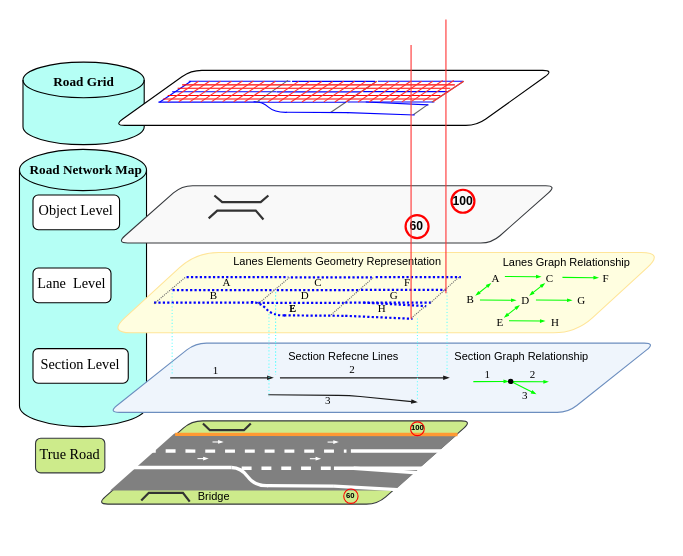
Earlier version of the draw.io diagram road_map.drawio (LimingGao/draw_io). Source tidied: cells renumbered, new cells numbered last; positions are measured from the earlier drawing's top-left corner, leaving out a move shared by most shapes. Both pictures are drawn from the tidied source at 110%, with x=0, y=0 at pixel (19, 19).
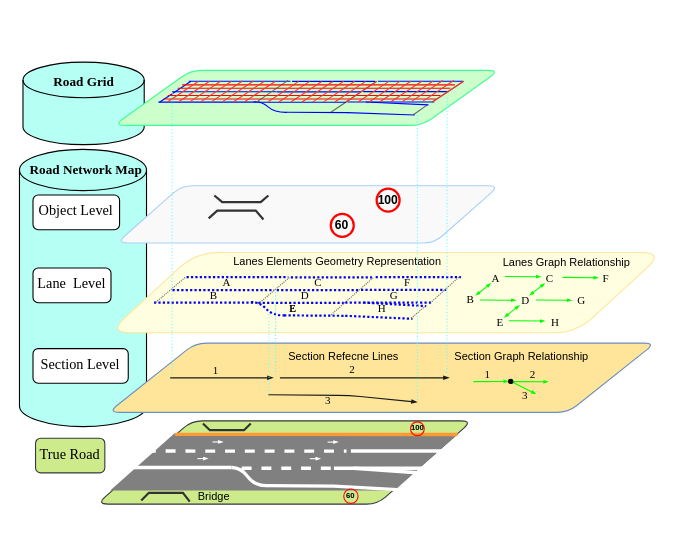
The same page after the edit.

What changed in the source:
```diff
@@
-    <mxCell id="4" style="shape=parallelogram;perimeter=parallelogramPerimeter;whiteSpace=wrap;fixedSize=1;fontFamily=Times New Roman;size=59.093999999999994;labelBorderColor=none;strokeColor=#36393d;rounded=1;fillColor=#F9F9F9;" parent="1" vertex="1">
-      <mxGeometry x="88.6" y="151.3" width="400" height="52.1" as="geometry" />
+    <mxCell id="4" style="shape=parallelogram;perimeter=parallelogramPerimeter;whiteSpace=wrap;fixedSize=1;fontFamily=Times New Roman;size=59.093999999999994;labelBorderColor=none;rounded=1;fillColor=#F9F9F9;strokeColor=#A9D1F9;" parent="1" vertex="1">
+      <mxGeometry x="88.6" y="151.3" width="347.8" height="52.1" as="geometry" />
     </mxCell>
@@
-    <mxCell id="8" style="shape=parallelogram;perimeter=parallelogramPerimeter;whiteSpace=wrap;fixedSize=1;fontFamily=Times New Roman;size=70.00000000000023;labelBorderColor=none;fillColor=#FFFFFF;rounded=1;" parent="1" vertex="1">
-      <mxGeometry x="86" y="46.5" width="400" height="50" as="geometry" />
+    <mxCell id="8" style="shape=parallelogram;perimeter=parallelogramPerimeter;whiteSpace=wrap;fixedSize=1;fontFamily=Times New Roman;size=70.00000000000023;labelBorderColor=none;rounded=1;fillColor=#CCFFCC;strokeColor=#3DFF91;" parent="1" vertex="1">
+      <mxGeometry x="86" y="46.5" width="350.4" height="50" as="geometry" />
     </mxCell>
@@
     <mxCell id="12" value="100" style="ellipse;whiteSpace=wrap;rounded=1;shadow=0;sketch=0;gradientColor=#ea6b66;fillColor=none;strokeColor=#FF0000;strokeWidth=2;fontSize=11;fontStyle=1;" parent="1" vertex="1">
-      <mxGeometry x="392.9" y="155" width="20.9" height="20.9" as="geometry" />
+      <mxGeometry x="324.9" y="154" width="20.9" height="20.9" as="geometry" />
     </mxCell>
     <mxCell id="13" value="60" style="ellipse;whiteSpace=wrap;rounded=1;shadow=0;sketch=0;gradientColor=#ea6b66;fillColor=none;strokeColor=#FF0000;strokeWidth=2;fontSize=11;fontStyle=1;" parent="1" vertex="1">
-      <mxGeometry x="351.2" y="178" width="20.9" height="20.9" as="geometry" />
+      <mxGeometry x="283.2" y="177" width="20.9" height="20.9" as="geometry" />
     </mxCell>
@@
-    <mxCell id="59" style="shape=parallelogram;perimeter=parallelogramPerimeter;whiteSpace=wrap;fixedSize=1;fontFamily=Times New Roman;size=79.17800000000003;labelBorderColor=none;strokeColor=#6c8ebf;fillColor=#EFF5FC;rounded=1;" parent="1" vertex="1">
+    <mxCell id="59" style="shape=parallelogram;perimeter=parallelogramPerimeter;whiteSpace=wrap;fixedSize=1;fontFamily=Times New Roman;size=79.17800000000003;labelBorderColor=none;strokeColor=#6c8ebf;rounded=1;fillColor=#FFE599;" parent="1" vertex="1">
       <mxGeometry x="81" y="294.4" width="497.2" height="63" as="geometry" />
     </mxCell>
@@
     <mxCell id="151" style="line;strokeWidth=1;direction=south;html=1;rounded=1;shadow=0;labelBackgroundColor=none;sketch=0;fontFamily=Helvetica;fontSize=13;align=center;dashed=1;dashPattern=1 2;fillColor=none;strokeColor=#66FFFF;" parent="1" vertex="1">
-      <mxGeometry x="383.9" y="248.1" width="10" height="75.1" as="geometry" />
+      <mxGeometry x="383.9" y="71.1" width="10" height="252.1" as="geometry" />
     </mxCell>
@@
     <mxCell id="153" style="line;strokeWidth=1;direction=south;html=1;rounded=1;shadow=0;labelBackgroundColor=none;sketch=0;fontFamily=Helvetica;fontSize=13;align=center;dashed=1;dashPattern=1 2;fillColor=none;strokeColor=#66FFFF;" parent="1" vertex="1">
-      <mxGeometry x="357" y="272" width="10" height="75.1" as="geometry" />
+      <mxGeometry x="357" y="86.8" width="10" height="260.2" as="geometry" />
     </mxCell>
@@
     <mxCell id="156" style="line;strokeWidth=1;direction=south;html=1;rounded=1;shadow=0;labelBackgroundColor=none;sketch=0;fontFamily=Helvetica;fontSize=13;align=center;dashed=1;dashPattern=1 2;fillColor=none;strokeColor=#66FFFF;" parent="1" vertex="1">
-      <mxGeometry x="134" y="249" width="10" height="75.1" as="geometry" />
+      <mxGeometry x="134" y="67" width="10" height="257.1" as="geometry" />
     </mxCell>
-    <mxCell id="157" style="line;strokeWidth=1;direction=south;html=1;rounded=1;shadow=0;labelBackgroundColor=none;sketch=0;fontFamily=Helvetica;fontSize=13;align=center;fillColor=none;strokeColor=#FF3333;" parent="1" vertex="1">
-      <mxGeometry x="382.9" y="0.2" width="10" height="248.8" as="geometry" />
-    </mxCell>
-    <mxCell id="158" style="line;strokeWidth=1;direction=south;html=1;rounded=1;shadow=0;labelBackgroundColor=none;sketch=0;fontFamily=Helvetica;fontSize=13;align=center;fillColor=none;strokeColor=#FF3333;" parent="1" vertex="1">
-      <mxGeometry x="351.2" y="23.4" width="10" height="248.8" as="geometry" />
-    </mxCell>
```
